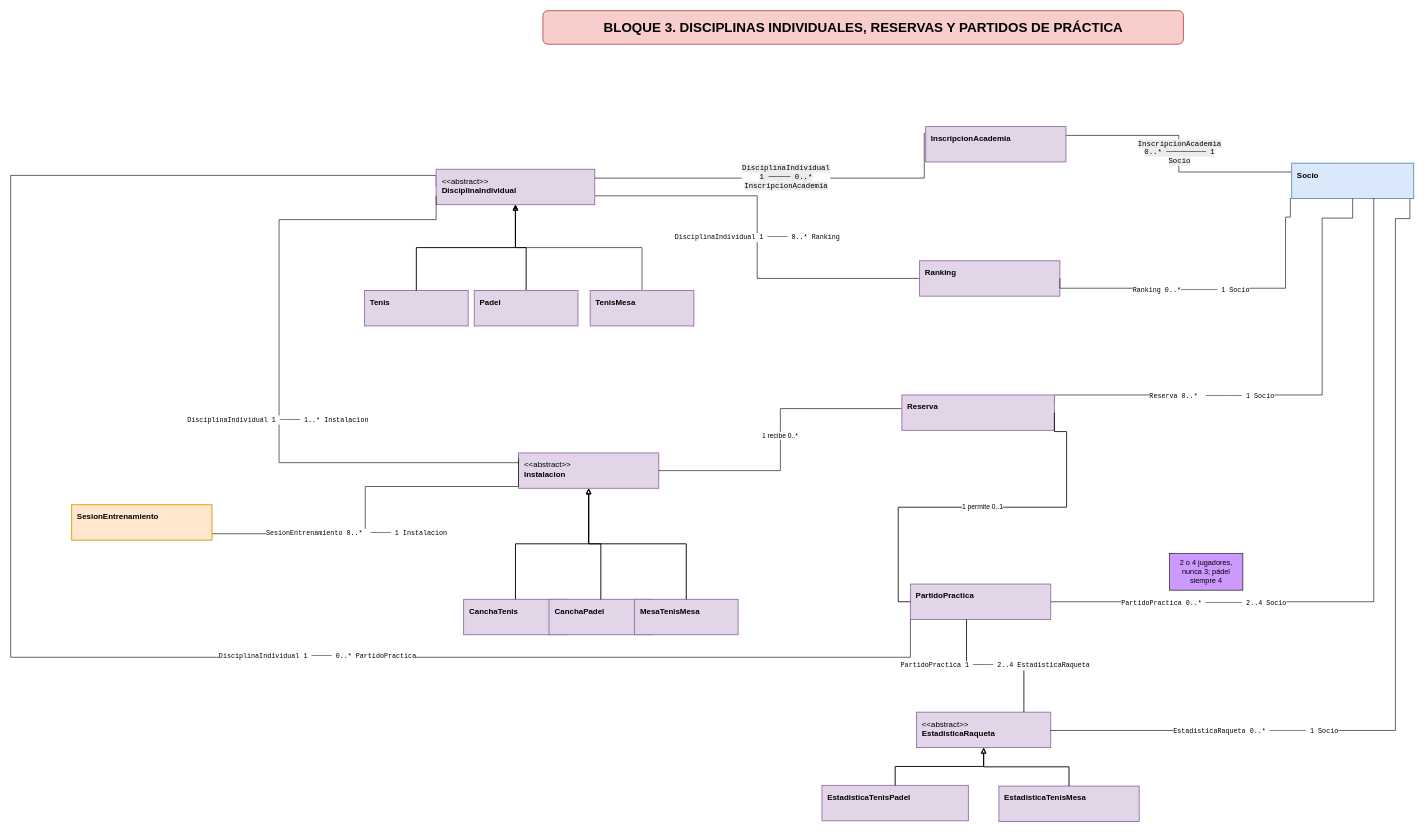
Before: page 4 of 11 of Proyecto 2/ClubDeportivoSeneca/Diagramas y Analisis/Alto Nivel/AltoNivel_Proyecto2.drawio in Estebanhdz67/Proyecto-1, a draw.io diagram. Source tidied: cells renumbered, new cells numbered last; positions are measured from the earlier drawing's top-left corner, leaving out a move shared by most shapes. Both pictures are drawn from the tidied source at 61%, with x=0, y=0 at pixel (10, 10).
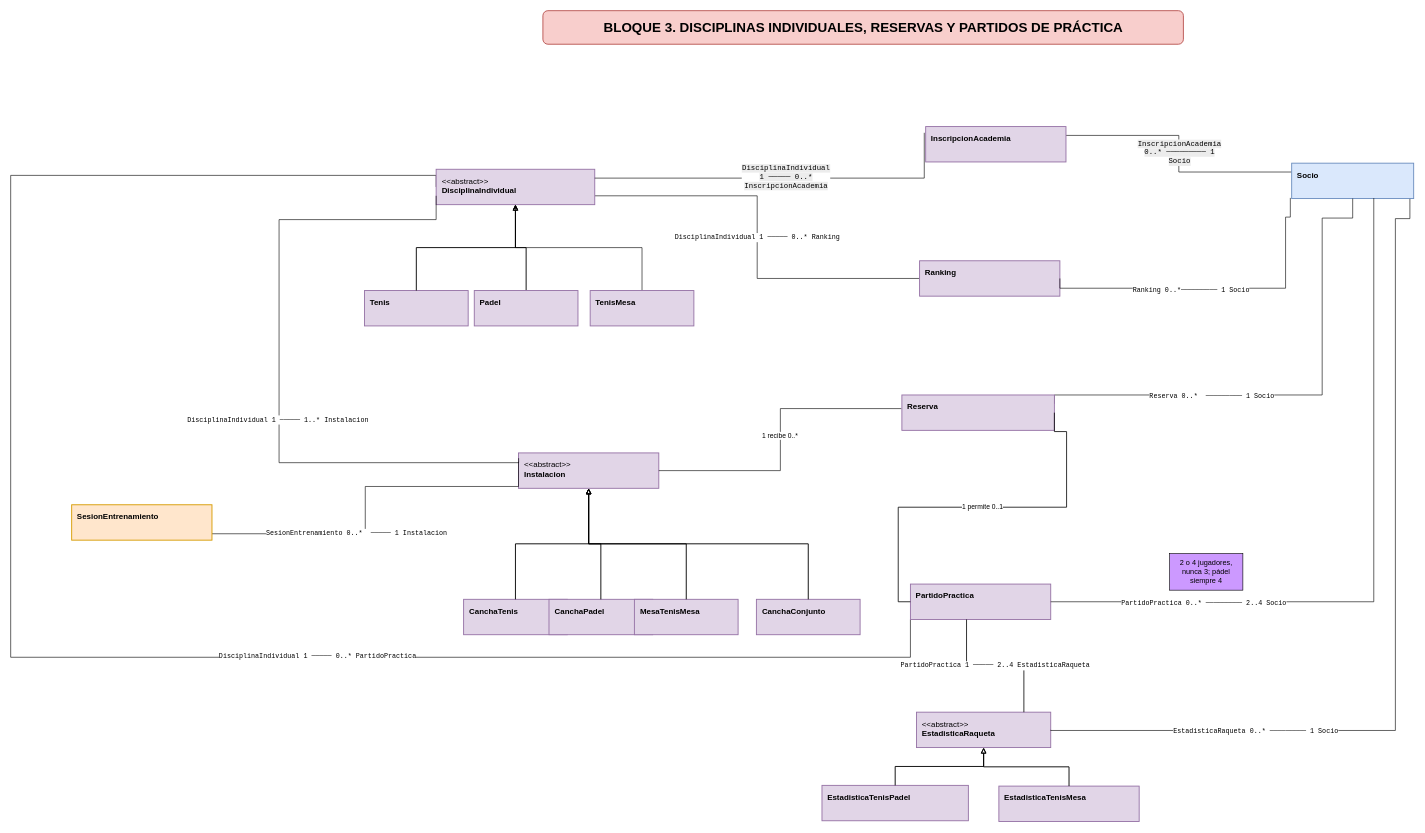
The same diagram, later.

Unchanged cells that the change refers to:
```xml
<mxCell id="18" value="&amp;lt;&amp;lt;abstract&amp;gt;&amp;gt;&lt;br&gt;&lt;b&gt;Instalacion&lt;/b&gt;" style="rounded=0;whiteSpace=wrap;html=1;align=left;verticalAlign=top;fontSize=13;strokeWidth=1.5;spacingTop=5;spacingLeft=7;fillColor=#e1d5e7;strokeColor=#9673a6;" parent="1" vertex="1">
  <mxGeometry x="832.5" y="725" width="230" height="58" as="geometry" />
</mxCell>
```

The edit, as a diff of the source:
```diff
@@
+    <mxCell id="54" value="&lt;b&gt;CanchaConjunto&lt;/b&gt;" style="rounded=0;whiteSpace=wrap;html=1;align=left;verticalAlign=top;fontSize=13;strokeWidth=1.5;spacingTop=5;spacingLeft=7;fillColor=#e1d5e7;strokeColor=#9673a6;" parent="1" vertex="1">
+      <mxGeometry x="1222.5" y="965" width="170" height="58" as="geometry" />
+    </mxCell>
+    <mxCell id="55" style="edgeStyle=orthogonalEdgeStyle;rounded=0;jettySize=20;html=1;endArrow=block;endFill=0;strokeWidth=1.5;exitX=0.5;exitY=0;exitDx=0;exitDy=0;entryX=0.5;entryY=1;entryDx=0;entryDy=0;" parent="1" edge="1" source="54" target="18">
+      <mxGeometry relative="1" as="geometry" />
+    </mxCell>
```
